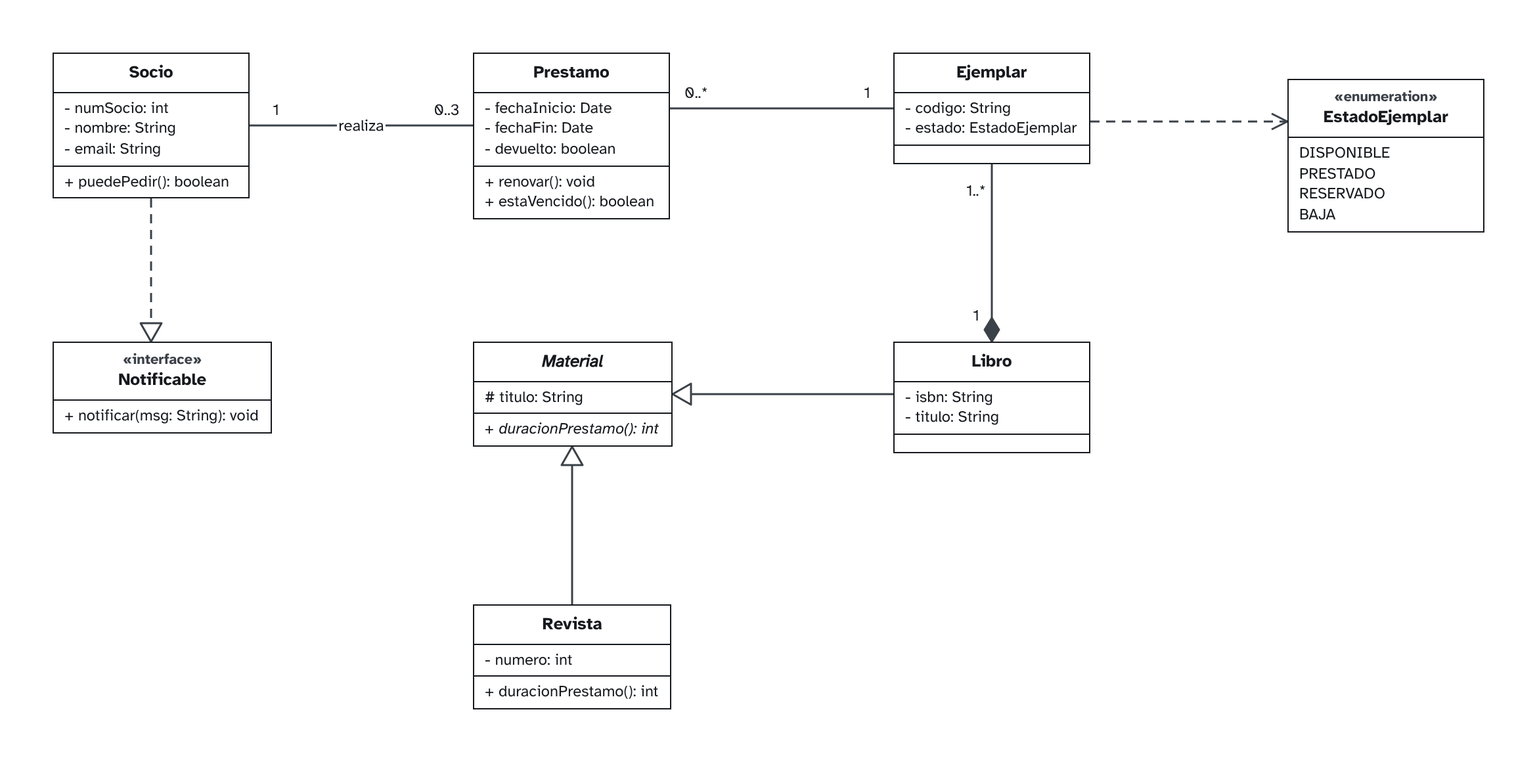
The PlantUML diagram examples/E2/02-e2-diagrama-de-clases-de-diseno.png in itzi97/se-ramify, before a commit. Its source is kept beside it as examples/E2/02-e2-diagrama-de-clases-de-diseno.puml.
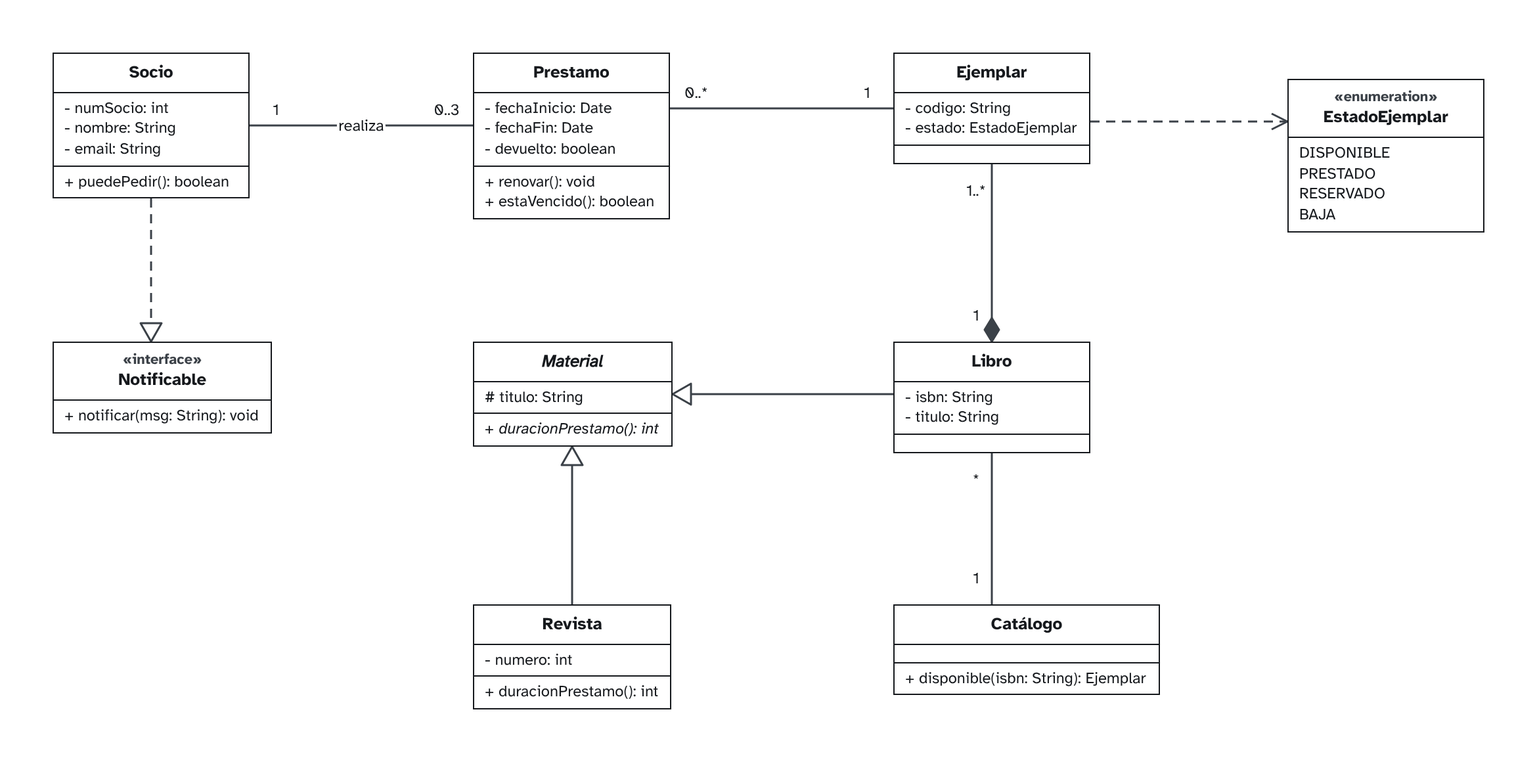
Later version of the same file.

The edit, as a diff of the source:
```diff
@@ -39,6 +39,9 @@
 interface "Notificable" as C8 {
   + notificar(msg: String): void
 }
+class "Catálogo" as C9 {
+  + disponible(isbn: String): Ejemplar
+}
 
 C1 "1" -- "0..3" C2 : realiza
 C2 "0..*" -- "1" C3
@@ -47,4 +50,5 @@
 C4 --|> C6
 C7 --|> C6
 C1 ..|> C8
+C9 "1" -- "*" C4
 @enduml
```
